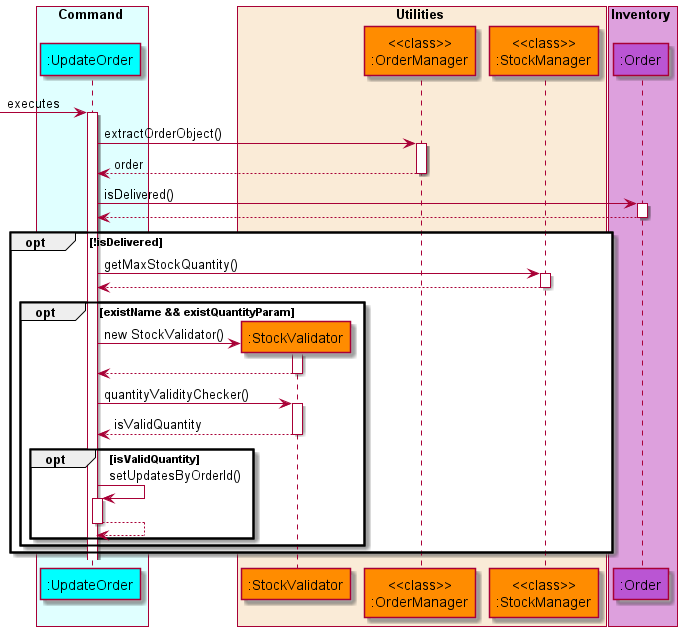
Before: docs/diagrams/diagram_images/UpdateOrderSequenceDiagram.png, a diagram exported from PlantUML (nus-cs2113-AY2122S1/tp).
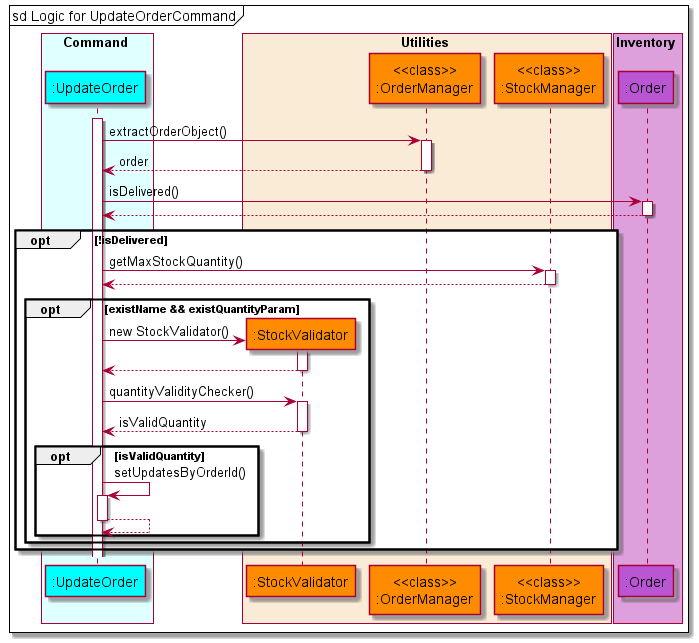
After the commit.

Commit message:
Modify sequence diagram for all update commands

Diff of the diagram source:
```diff
@@ -17,8 +17,8 @@
 end box
 
 autoactivate on
-
--> updateorder: executes
+mainFrame sd Logic for UpdateOrderCommand
+activate updateorder
     updateorder -> ordermanager: extractOrderObject()
     updateorder <-- ordermanager: order
     updateorder -> order: isDelivered()
```
